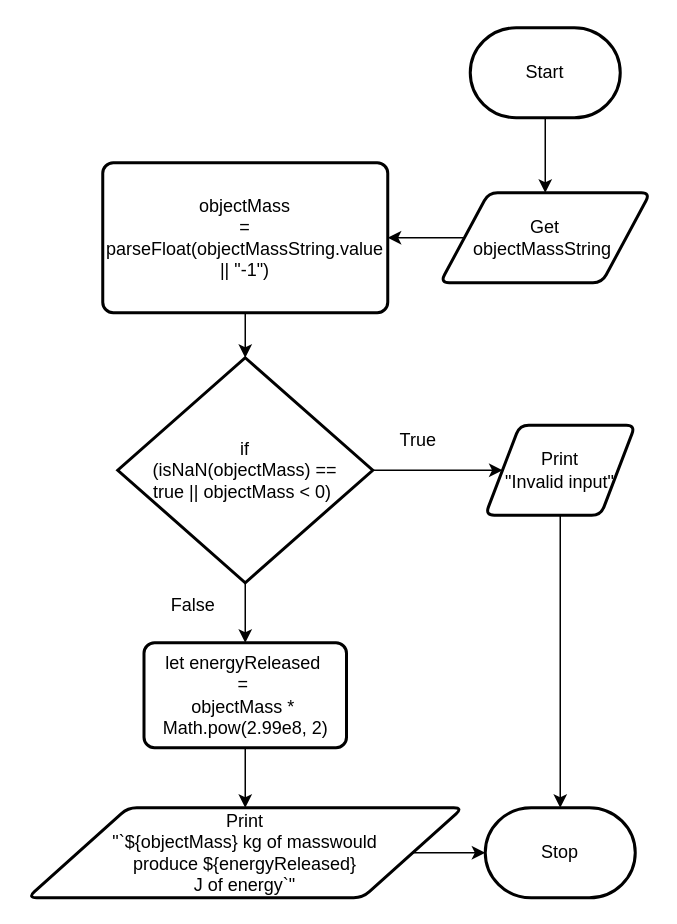
The draw.io diagram design/flowchart.drawio in Emmanuel-Fofeyin/ICS4U-Intro1-01-Typescript, before the edit. Source tidied: cells renumbered, new cells numbered last; positions are measured from the earlier drawing's top-left corner, leaving out a move shared by most shapes. Both pictures are drawn from the tidied source at 150%, with x=0, y=0 at pixel (27, 27).
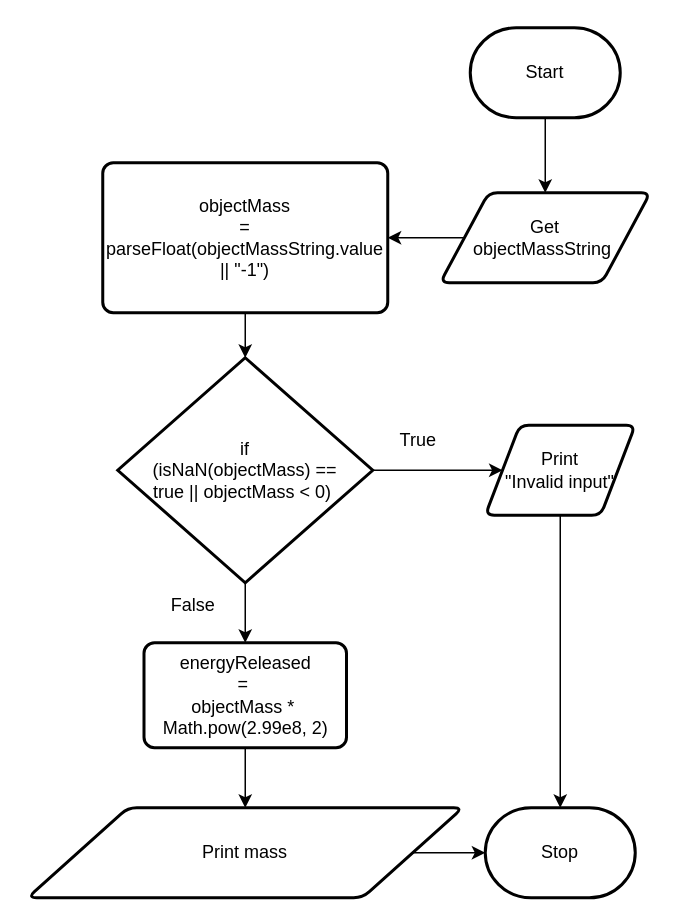
The same page after the edit.

Change to the diagram source:
```diff
@@
 <mxGraphModel>
   <root>
     <mxCell id="0" />
     <mxCell id="1" parent="0" />
     <mxCell id="2" style="edgeStyle=none;html=1;entryX=0.5;entryY=0;entryDx=0;entryDy=0;" parent="1" edge="1" source="3" target="5">
       <mxGeometry relative="1" as="geometry" />
     </mxCell>
     <mxCell id="3" value="Start" style="strokeWidth=2;html=1;shape=mxgraph.flowchart.terminator;whiteSpace=wrap;" parent="1" vertex="1">
       <mxGeometry x="295" width="100" height="60" as="geometry" />
     </mxCell>
     <mxCell id="4" style="edgeStyle=none;html=1;entryX=1;entryY=0.5;entryDx=0;entryDy=0;" parent="1" edge="1" source="5" target="7">
       <mxGeometry relative="1" as="geometry" />
     </mxCell>
     <mxCell id="5" value="Get&lt;br&gt;objectMassString&amp;nbsp;" style="shape=parallelogram;html=1;strokeWidth=2;perimeter=parallelogramPerimeter;whiteSpace=wrap;rounded=1;arcSize=12;size=0.23;" parent="1" vertex="1">
       <mxGeometry x="275" y="110" width="140" height="60" as="geometry" />
     </mxCell>
     <mxCell id="6" style="edgeStyle=none;html=1;entryX=0.5;entryY=0;entryDx=0;entryDy=0;entryPerimeter=0;" parent="1" edge="1" source="7" target="10">
       <mxGeometry relative="1" as="geometry" />
     </mxCell>
     <mxCell id="7" value="objectMass&lt;br&gt;= parseFloat(objectMassString.value &lt;br&gt;|| &quot;-1&quot;)" style="rounded=1;whiteSpace=wrap;html=1;absoluteArcSize=1;arcSize=14;strokeWidth=2;" parent="1" vertex="1">
       <mxGeometry x="50" y="90" width="190" height="100" as="geometry" />
     </mxCell>
     <mxCell id="8" style="edgeStyle=none;html=1;entryX=0;entryY=0.5;entryDx=0;entryDy=0;" parent="1" edge="1" source="10" target="12">
       <mxGeometry relative="1" as="geometry" />
     </mxCell>
     <mxCell id="9" style="edgeStyle=none;html=1;entryX=0.5;entryY=0;entryDx=0;entryDy=0;" parent="1" edge="1" source="10" target="15">
       <mxGeometry relative="1" as="geometry" />
     </mxCell>
     <mxCell id="10" value="if &lt;br&gt;(isNaN(objectMass) == &lt;br&gt;true || objectMass &amp;lt; 0)&amp;nbsp;" style="strokeWidth=2;html=1;shape=mxgraph.flowchart.decision;whiteSpace=wrap;" parent="1" vertex="1">
       <mxGeometry x="60" y="220" width="170" height="150" as="geometry" />
     </mxCell>
     <mxCell id="11" style="edgeStyle=none;html=1;entryX=0.5;entryY=0;entryDx=0;entryDy=0;entryPerimeter=0;" parent="1" edge="1" source="12" target="18">
       <mxGeometry relative="1" as="geometry" />
     </mxCell>
     <mxCell id="12" value="Print&lt;br&gt;&quot;Invalid input&quot;" style="shape=parallelogram;html=1;strokeWidth=2;perimeter=parallelogramPerimeter;whiteSpace=wrap;rounded=1;arcSize=12;size=0.23;" parent="1" vertex="1">
       <mxGeometry x="305" y="265" width="100" height="60" as="geometry" />
     </mxCell>
     <mxCell id="13" value="True" style="text;html=1;align=center;verticalAlign=middle;strokeColor=none;fillColor=none;" parent="1" vertex="1">
       <mxGeometry x="235" y="260" width="50" height="30" as="geometry" />
     </mxCell>
     <mxCell id="14" style="edgeStyle=none;html=1;entryX=0.5;entryY=0;entryDx=0;entryDy=0;" parent="1" edge="1" source="15" target="17">
       <mxGeometry relative="1" as="geometry" />
     </mxCell>
-    <mxCell id="15" value="&lt;div&gt;let energyReleased&amp;nbsp;&lt;/div&gt;&lt;div&gt;=&amp;nbsp;&lt;/div&gt;&lt;div&gt;objectMass *&amp;nbsp;&lt;/div&gt;&lt;div&gt;Math.pow(2.99e8, 2)&lt;/div&gt;" style="rounded=1;whiteSpace=wrap;html=1;absoluteArcSize=1;arcSize=14;strokeWidth=2;" parent="1" vertex="1">
+    <mxCell id="15" value="&lt;div&gt;&amp;nbsp;energyReleased&amp;nbsp;&lt;/div&gt;&lt;div&gt;=&amp;nbsp;&lt;/div&gt;&lt;div&gt;objectMass *&amp;nbsp;&lt;/div&gt;&lt;div&gt;Math.pow(2.99e8, 2)&lt;/div&gt;" style="rounded=1;whiteSpace=wrap;html=1;absoluteArcSize=1;arcSize=14;strokeWidth=2;" parent="1" vertex="1">
       <mxGeometry x="77.5" y="410" width="135" height="70" as="geometry" />
     </mxCell>
     <mxCell id="16" style="edgeStyle=none;html=1;entryX=0;entryY=0.5;entryDx=0;entryDy=0;entryPerimeter=0;" parent="1" edge="1" source="17" target="18">
       <mxGeometry relative="1" as="geometry" />
     </mxCell>
-    <mxCell id="17" value="Print&lt;br&gt;&quot;`${objectMass} kg of masswould &lt;br&gt;produce ${energyReleased} &lt;br&gt;J of energy`&quot;" style="shape=parallelogram;html=1;strokeWidth=2;perimeter=parallelogramPerimeter;whiteSpace=wrap;rounded=1;arcSize=12;size=0.23;" parent="1" vertex="1">
+    <mxCell id="17" value="Print mass" style="shape=parallelogram;html=1;strokeWidth=2;perimeter=parallelogramPerimeter;whiteSpace=wrap;rounded=1;arcSize=12;size=0.23;" parent="1" vertex="1">
       <mxGeometry y="520" width="290" height="60" as="geometry" />
     </mxCell>
     <mxCell id="18" value="Stop" style="strokeWidth=2;html=1;shape=mxgraph.flowchart.terminator;whiteSpace=wrap;" parent="1" vertex="1">
       <mxGeometry x="305" y="520" width="100" height="60" as="geometry" />
     </mxCell>
     <mxCell id="19" value="False" style="text;html=1;align=center;verticalAlign=middle;strokeColor=none;fillColor=none;" parent="1" vertex="1">
       <mxGeometry x="85" y="370" width="50" height="30" as="geometry" />
     </mxCell>
   </root>
 </mxGraphModel>
```
